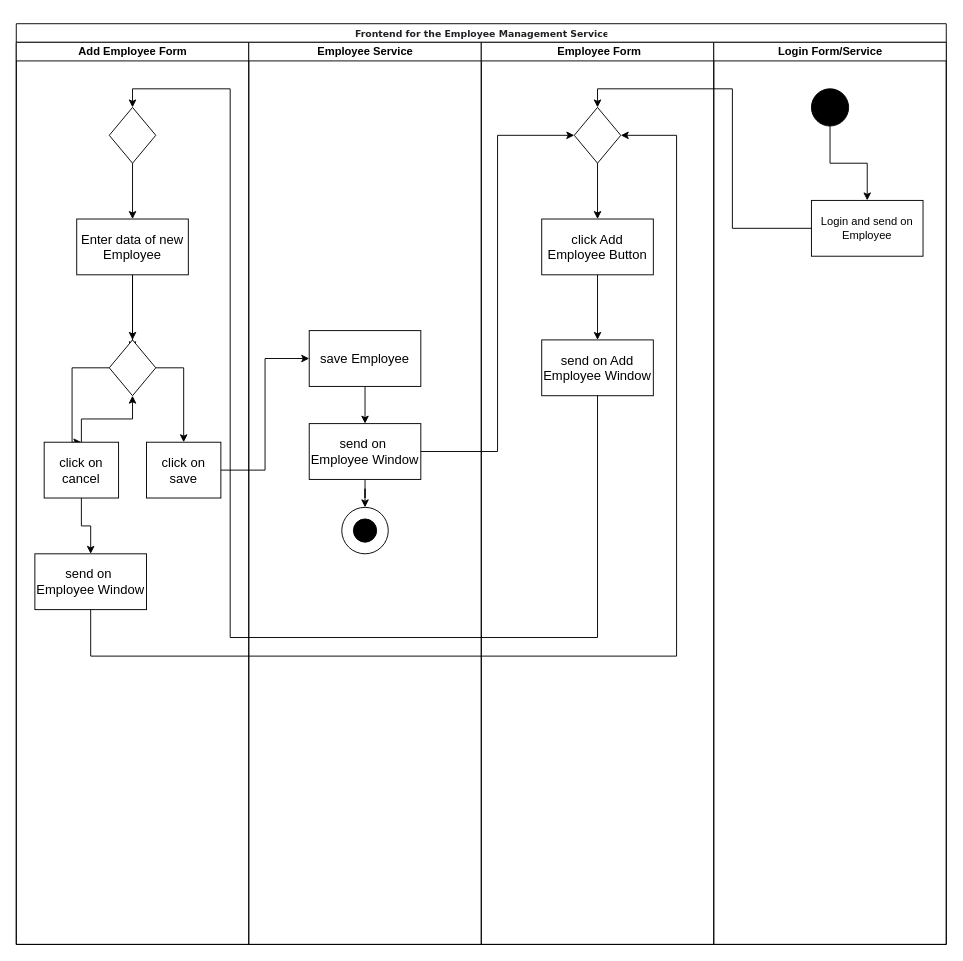
Above: page "Neuen Mitarbeiter" (1 of 2) of LoginProject.drawio in DatPriest/loginProject (draw.io), before the change. Source tidied: cells renumbered, new cells numbered last; positions are measured from the earlier drawing's top-left corner, leaving out a move shared by most shapes. Both pictures are drawn from the tidied source at 93%, with x=0, y=0 at pixel (16, 23).
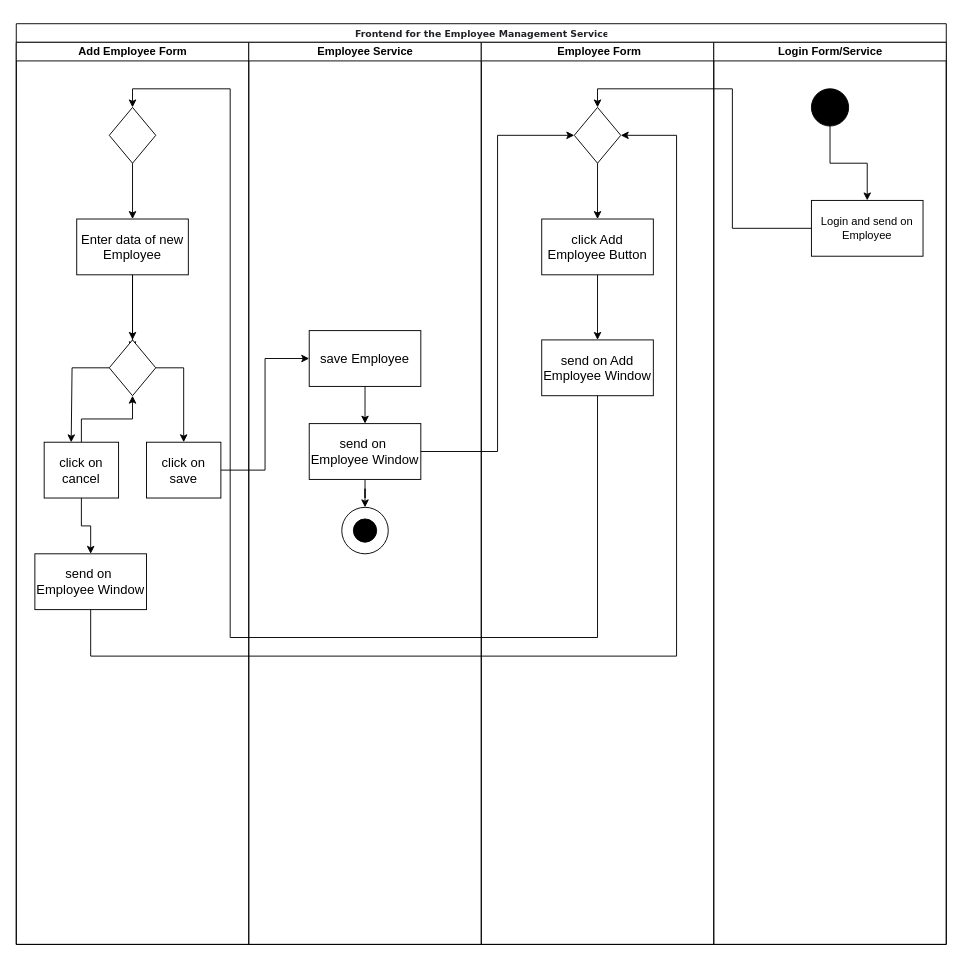
After the change.

The change refers to these unchanged cells:
```xml
<mxCell id="3" value="Add Employee Form" style="swimlane;html=1;startSize=20;" parent="2" vertex="1">
  <mxGeometry y="20" width="250" height="970" as="geometry" />
</mxCell>
<mxCell id="11" style="rhombus;whiteSpace=wrap;html=1;fontSize=10;" parent="3" vertex="1">
  <mxGeometry x="100" y="320" width="50" height="60" as="geometry" />
</mxCell>
<mxCell id="14" value="click on cancel" style="rounded=0;whiteSpace=wrap;html=1;fontSize=14;" parent="3" vertex="1">
  <mxGeometry x="30" y="430" width="80" height="60" as="geometry" />
</mxCell>
```

What changed in the source:
```diff
@@
-    <mxCell id="9" style="edgeStyle=orthogonalEdgeStyle;rounded=0;jettySize=auto;html=1;entryX=0.5;entryY=0;entryDx=0;entryDy=0;fontSize=14;" parent="3" edge="1" source="11" target="14">
+    <mxCell id="9" style="edgeStyle=orthogonalEdgeStyle;rounded=0;jettySize=auto;html=1;entryX=0.363;entryY=0.002;entryDx=0;entryDy=0;fontSize=14;entryPerimeter=0;" parent="3" edge="1" source="11" target="14">
       <mxGeometry relative="1" as="geometry">
         <Array as="points">
           <mxPoint x="60" y="350" />
+          <mxPoint x="60" y="430" />
         </Array>
       </mxGeometry>
     </mxCell>
```
